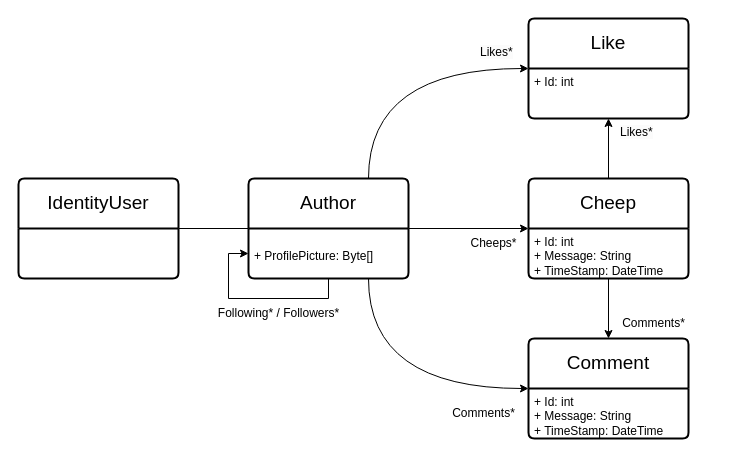
ITU-BDSA2024-GROUP10/Chirp keeps this draw.io diagram as docs/models/DomainModel.drawio. Above is the earlier version. Source tidied: cells renumbered, new cells numbered last; positions are measured from the earlier drawing's top-left corner, leaving out a move shared by most shapes. Both pictures are drawn from the tidied source at 100%, with x=0, y=0 at pixel (18, 18).
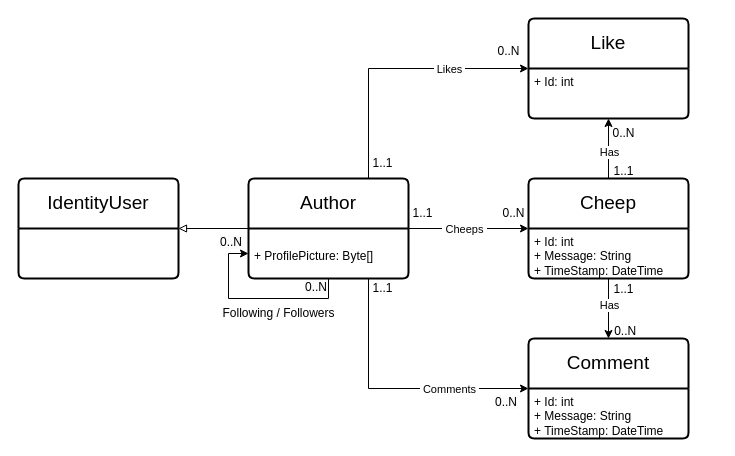
The same page after the edit.

Commit message:
Added Cardinalities to Domain

The change refers to these unchanged cells:
```xml
<mxCell id="4" value="&lt;font style=&quot;font-size: 19px;&quot;&gt;Author&lt;/font&gt;" style="swimlane;horizontal=1;startSize=50;rounded=1;fontSize=14;fontStyle=0;strokeWidth=2;shadow=0;dashed=0;align=center;arcSize=4;whiteSpace=wrap;html=1;" parent="1" vertex="1">
  <mxGeometry x="230" y="160" width="160" height="100" as="geometry" />
</mxCell>
<mxCell id="5" value="&lt;br&gt;+ ProfilePicture: Byte[]&amp;nbsp;" style="align=left;strokeColor=none;fillColor=none;spacingLeft=4;fontSize=12;verticalAlign=top;html=1;" parent="4" vertex="1">
  <mxGeometry y="50" width="160" height="50" as="geometry" />
</mxCell>
<mxCell id="8" value="&lt;font style=&quot;font-size: 19px;&quot;&gt;Comment&lt;/font&gt;" style="swimlane;horizontal=1;startSize=50;rounded=1;fontSize=14;fontStyle=0;strokeWidth=2;shadow=0;dashed=0;align=center;arcSize=4;whiteSpace=wrap;html=1;" parent="1" vertex="1">
  <mxGeometry x="510" y="320" width="160" height="100" as="geometry" />
</mxCell>
<mxCell id="11" style="edgeStyle=orthogonalEdgeStyle;rounded=0;jettySize=auto;html=1;exitX=1;exitY=0.5;exitDx=0;exitDy=0;entryX=0;entryY=0.5;entryDx=0;entryDy=0;" parent="1" edge="1" source="4" target="6">
  <mxGeometry relative="1" as="geometry" />
</mxCell>
<mxCell id="14" style="edgeStyle=none;jettySize=auto;html=1;rounded=0;exitX=0.5;exitY=1;exitDx=0;exitDy=0;entryX=0.5;entryY=0;entryDx=0;entryDy=0;" parent="1" edge="1" source="7" target="8">
  <mxGeometry relative="1" as="geometry" />
</mxCell>
<mxCell id="16" value="&lt;span style=&quot;font-size: 19px;&quot;&gt;IdentityUser&lt;/span&gt;" style="swimlane;horizontal=1;startSize=50;rounded=1;fontSize=14;fontStyle=0;strokeWidth=2;shadow=0;dashed=0;align=center;arcSize=4;whiteSpace=wrap;html=1;" parent="1" vertex="1">
  <mxGeometry y="160" width="160" height="100" as="geometry" />
</mxCell>
<mxCell id="18" value="&lt;font style=&quot;font-size: 19px;&quot;&gt;Like&lt;/font&gt;" style="swimlane;horizontal=1;startSize=50;rounded=1;fontSize=14;fontStyle=0;strokeWidth=2;shadow=0;dashed=0;align=center;arcSize=4;whiteSpace=wrap;html=1;" parent="1" vertex="1">
  <mxGeometry x="510" width="160" height="100" as="geometry" />
</mxCell>
<mxCell id="20" style="edgeStyle=none;jettySize=auto;html=1;rounded=0;exitX=0.5;exitY=0;exitDx=0;exitDy=0;entryX=0.5;entryY=1;entryDx=0;entryDy=0;" parent="1" edge="1" source="6" target="19">
  <mxGeometry relative="1" as="geometry" />
</mxCell>
```

What changed in the source:
```diff
@@
-    <mxCell id="3" style="edgeStyle=orthogonalEdgeStyle;rounded=0;jettySize=auto;html=1;exitX=0.75;exitY=0;exitDx=0;exitDy=0;entryX=0;entryY=0.5;entryDx=0;entryDy=0;curved=1;" parent="1" edge="1" source="4" target="18">
+    <mxCell id="3" style="edgeStyle=orthogonalEdgeStyle;rounded=0;jettySize=auto;html=1;exitX=0.75;exitY=0;exitDx=0;exitDy=0;entryX=0;entryY=0.5;entryDx=0;entryDy=0;curved=0;strokeColor=default;" parent="1" edge="1" source="4" target="18">
       <mxGeometry relative="1" as="geometry" />
     </mxCell>
+    <mxCell id="24" value="&amp;nbsp;Likes&amp;nbsp;" style="edgeLabel;html=1;align=center;verticalAlign=middle;" parent="3" vertex="1">
+      <mxGeometry x="0.21" y="-1" relative="1" as="geometry">
+        <mxPoint x="27" y="-1" as="offset" />
+      </mxGeometry>
+    </mxCell>
@@
-    <mxCell id="10" value="Following* / Followers*" style="text;html=1;align=center;verticalAlign=middle;strokeColor=none;fillColor=none;" parent="1" vertex="1">
+    <mxCell id="10" value="Following / Followers" style="text;html=1;align=center;verticalAlign=middle;strokeColor=none;fillColor=none;" parent="1" vertex="1">
       <mxGeometry x="190" y="280" width="140" height="30" as="geometry" />
     </mxCell>
@@
-    <mxCell id="12" value="Cheeps*" style="text;html=1;align=center;verticalAlign=middle;strokeColor=none;fillColor=none;" parent="1" vertex="1">
-      <mxGeometry x="440" y="210" width="70" height="30" as="geometry" />
-    </mxCell>
-    <mxCell id="13" value="Comments*" style="text;html=1;align=center;verticalAlign=middle;strokeColor=none;fillColor=none;" parent="1" vertex="1">
-      <mxGeometry x="420" y="380" width="90" height="30" as="geometry" />
-    </mxCell>
+    <mxCell id="25" value="&amp;nbsp;Cheeps&amp;nbsp;" style="edgeLabel;html=1;align=center;verticalAlign=middle;" parent="11" vertex="1">
+      <mxGeometry x="-0.08" relative="1" as="geometry" />
+    </mxCell>
@@
-    <mxCell id="15" value="Comments*" style="text;html=1;align=center;verticalAlign=middle;strokeColor=none;fillColor=none;" parent="1" vertex="1">
-      <mxGeometry x="590" y="290" width="90" height="30" as="geometry" />
-    </mxCell>
+    <mxCell id="26" value="Has" style="edgeLabel;html=1;align=center;verticalAlign=middle;" parent="14" vertex="1">
+      <mxGeometry x="-0.13" relative="1" as="geometry" />
+    </mxCell>
@@
-    <mxCell id="17" style="edgeStyle=none;jettySize=auto;html=1;rounded=0;entryX=0;entryY=0;entryDx=0;entryDy=0;endArrow=none;endFill=0;" parent="1" edge="1" source="16" target="5">
+    <mxCell id="17" style="edgeStyle=none;jettySize=auto;html=1;rounded=0;entryX=0;entryY=0;entryDx=0;entryDy=0;endArrow=none;endFill=0;startArrow=block;startFill=0;" parent="1" edge="1" source="16" target="5">
       <mxGeometry relative="1" as="geometry" />
     </mxCell>
@@
-    <mxCell id="21" value="&lt;span style=&quot;color: rgb(0, 0, 0); font-family: Helvetica; font-size: 12px; font-style: normal; font-variant-ligatures: normal; font-variant-caps: normal; font-weight: 400; letter-spacing: normal; orphans: 2; text-align: center; text-indent: 0px; text-transform: none; widows: 2; word-spacing: 0px; -webkit-text-stroke-width: 0px; white-space: nowrap; background-color: rgb(251, 251, 251); text-decoration-thickness: initial; text-decoration-style: initial; text-decoration-color: initial; display: inline !important; float: none;&quot;&gt;Likes*&lt;/span&gt;" style="text;whiteSpace=wrap;html=1;" parent="1" vertex="1">
-      <mxGeometry x="600" y="100" width="100" height="40" as="geometry" />
-    </mxCell>
+    <mxCell id="27" value="Has" style="edgeLabel;html=1;align=center;verticalAlign=middle;" parent="20" vertex="1">
+      <mxGeometry x="-0.09" relative="1" as="geometry" />
+    </mxCell>
-    <mxCell id="22" style="edgeStyle=orthogonalEdgeStyle;rounded=0;jettySize=auto;html=1;exitX=0.75;exitY=1;exitDx=0;exitDy=0;entryX=0;entryY=0.5;entryDx=0;entryDy=0;curved=1;" parent="1" edge="1" source="5" target="8">
+    <mxCell id="22" style="edgeStyle=orthogonalEdgeStyle;rounded=0;jettySize=auto;html=1;exitX=0.75;exitY=1;exitDx=0;exitDy=0;entryX=0;entryY=0.5;entryDx=0;entryDy=0;curved=0;" parent="1" edge="1" source="5" target="8">
       <mxGeometry relative="1" as="geometry" />
     </mxCell>
-    <mxCell id="23" value="&lt;span style=&quot;color: rgb(0, 0, 0); font-family: Helvetica; font-size: 12px; font-style: normal; font-variant-ligatures: normal; font-variant-caps: normal; font-weight: 400; letter-spacing: normal; orphans: 2; text-align: center; text-indent: 0px; text-transform: none; widows: 2; word-spacing: 0px; -webkit-text-stroke-width: 0px; white-space: nowrap; background-color: rgb(251, 251, 251); text-decoration-thickness: initial; text-decoration-style: initial; text-decoration-color: initial; display: inline !important; float: none;&quot;&gt;Likes*&lt;/span&gt;" style="text;whiteSpace=wrap;html=1;" parent="1" vertex="1">
-      <mxGeometry x="460" y="20" width="100" height="40" as="geometry" />
-    </mxCell>
+    <mxCell id="28" value="&amp;nbsp;Comments&amp;nbsp;" style="edgeLabel;html=1;align=center;verticalAlign=middle;" parent="22" vertex="1">
+      <mxGeometry x="0.2" y="-1" relative="1" as="geometry">
+        <mxPoint x="28" y="-1" as="offset" />
+      </mxGeometry>
+    </mxCell>
+    <mxCell id="29" value="0..N" style="text;html=1;align=center;verticalAlign=middle;strokeColor=none;fillColor=none;" parent="1" vertex="1">
+      <mxGeometry x="470" y="180" width="50" height="30" as="geometry" />
+    </mxCell>
+    <mxCell id="30" value="1..1" style="text;html=1;align=center;verticalAlign=middle;strokeColor=none;fillColor=none;" parent="1" vertex="1">
+      <mxGeometry x="384" y="180" width="40" height="30" as="geometry" />
+    </mxCell>
+    <mxCell id="31" value="1..1" style="text;html=1;align=center;verticalAlign=middle;strokeColor=none;fillColor=none;" parent="1" vertex="1">
+      <mxGeometry x="344" y="130" width="40" height="30" as="geometry" />
+    </mxCell>
+    <mxCell id="32" value="0..N" style="text;html=1;align=center;verticalAlign=middle;strokeColor=none;fillColor=none;" parent="1" vertex="1">
+      <mxGeometry x="465" y="18" width="50" height="30" as="geometry" />
+    </mxCell>
+    <mxCell id="33" value="0..N" style="text;html=1;align=center;verticalAlign=middle;strokeColor=none;fillColor=none;" parent="1" vertex="1">
+      <mxGeometry x="580" y="100" width="50" height="30" as="geometry" />
+    </mxCell>
+    <mxCell id="34" value="1..1" style="text;html=1;align=center;verticalAlign=middle;strokeColor=none;fillColor=none;" parent="1" vertex="1">
+      <mxGeometry x="585" y="138" width="40" height="30" as="geometry" />
+    </mxCell>
+    <mxCell id="35" value="1..1" style="text;html=1;align=center;verticalAlign=middle;strokeColor=none;fillColor=none;" parent="1" vertex="1">
+      <mxGeometry x="525" y="270" width="160" as="geometry" />
+    </mxCell>
+    <mxCell id="36" value="&amp;nbsp;0..N" style="text;html=1;align=center;verticalAlign=middle;strokeColor=none;fillColor=none;" parent="1" vertex="1">
+      <mxGeometry x="580" y="298" width="50" height="30" as="geometry" />
+    </mxCell>
+    <mxCell id="37" value="1..1" style="text;html=1;align=center;verticalAlign=middle;strokeColor=none;fillColor=none;" parent="1" vertex="1">
+      <mxGeometry x="344" y="255" width="40" height="30" as="geometry" />
+    </mxCell>
+    <mxCell id="38" value="&lt;span style=&quot;color: rgb(0, 0, 0); font-family: Helvetica; font-size: 12px; font-style: normal; font-variant-ligatures: normal; font-variant-caps: normal; font-weight: 400; letter-spacing: normal; orphans: 2; text-align: center; text-indent: 0px; text-transform: none; widows: 2; word-spacing: 0px; -webkit-text-stroke-width: 0px; white-space: nowrap; background-color: rgb(251, 251, 251); text-decoration-thickness: initial; text-decoration-style: initial; text-decoration-color: initial; display: inline !important; float: none;&quot;&gt;0..N&lt;/span&gt;" style="text;whiteSpace=wrap;html=1;" parent="1" vertex="1">
+      <mxGeometry x="475" y="370" width="50" height="40" as="geometry" />
+    </mxCell>
+    <mxCell id="39" value="&lt;span style=&quot;color: rgb(0, 0, 0); font-family: Helvetica; font-size: 12px; font-style: normal; font-variant-ligatures: normal; font-variant-caps: normal; font-weight: 400; letter-spacing: normal; orphans: 2; text-align: center; text-indent: 0px; text-transform: none; widows: 2; word-spacing: 0px; -webkit-text-stroke-width: 0px; white-space: nowrap; background-color: rgb(251, 251, 251); text-decoration-thickness: initial; text-decoration-style: initial; text-decoration-color: initial; display: inline !important; float: none;&quot;&gt;0..N&lt;/span&gt;" style="text;whiteSpace=wrap;html=1;" parent="1" vertex="1">
+      <mxGeometry x="200" y="210" width="50" height="40" as="geometry" />
+    </mxCell>
+    <mxCell id="40" value="&lt;span style=&quot;color: rgb(0, 0, 0); font-family: Helvetica; font-size: 12px; font-style: normal; font-variant-ligatures: normal; font-variant-caps: normal; font-weight: 400; letter-spacing: normal; orphans: 2; text-align: center; text-indent: 0px; text-transform: none; widows: 2; word-spacing: 0px; -webkit-text-stroke-width: 0px; white-space: nowrap; background-color: rgb(251, 251, 251); text-decoration-thickness: initial; text-decoration-style: initial; text-decoration-color: initial; display: inline !important; float: none;&quot;&gt;0..N&lt;/span&gt;" style="text;whiteSpace=wrap;html=1;" parent="1" vertex="1">
+      <mxGeometry x="285" y="255" width="50" height="40" as="geometry" />
+    </mxCell>
```
